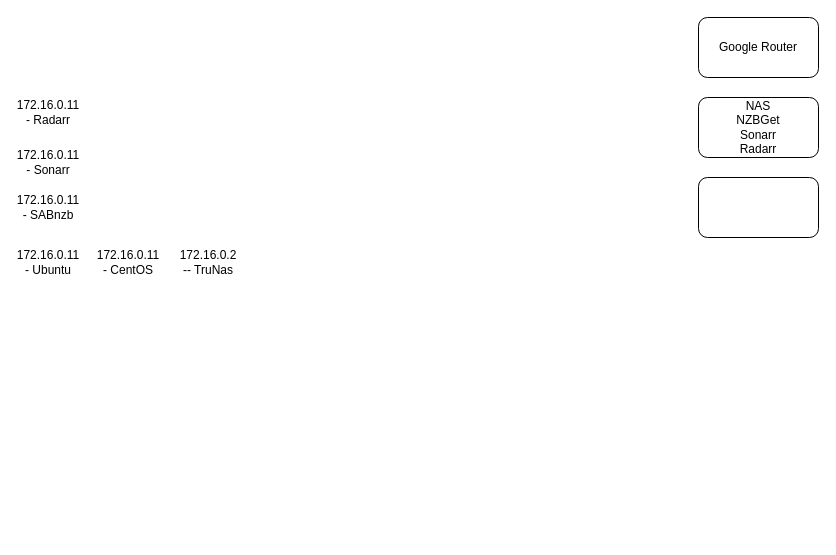
Above: Homelab digram.drawio in tpimental/homelab (draw.io), before the change. Source tidied: cells renumbered, new cells numbered last; positions are measured from the earlier drawing's top-left corner, leaving out a move shared by most shapes. Both pictures are drawn from the tidied source at 100%, with x=0, y=0 at pixel (18, 17).
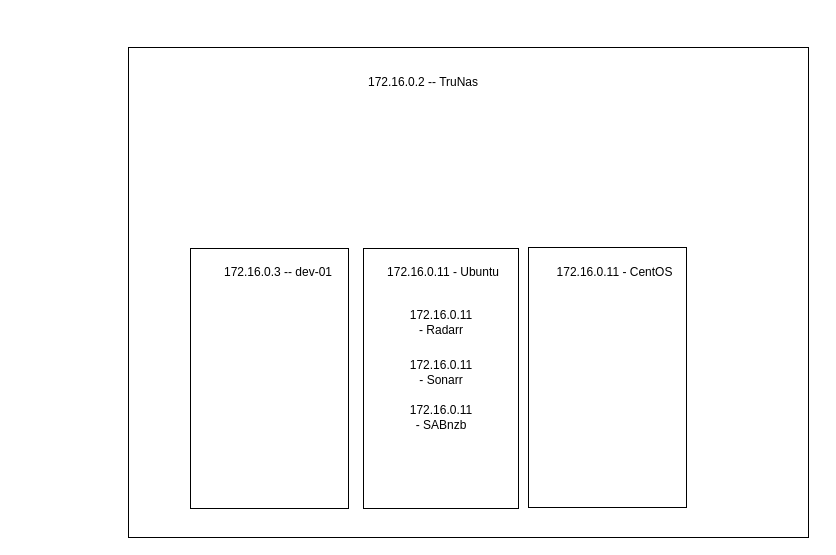
The same diagram, later.

Change to the diagram source:
```diff
@@
 <mxGraphModel>
   <root>
     <mxCell id="0" />
     <mxCell id="1" parent="0" />
-    <mxCell id="2" value="Google Router" style="rounded=1;whiteSpace=wrap;html=1;" parent="1" vertex="1">
-      <mxGeometry x="680" width="120" height="60" as="geometry" />
-    </mxCell>
-    <mxCell id="3" value="NAS&lt;br&gt;NZBGet&lt;br&gt;Sonarr&lt;br&gt;Radarr&lt;br&gt;" style="rounded=1;whiteSpace=wrap;html=1;" parent="1" vertex="1">
-      <mxGeometry x="680" y="80" width="120" height="60" as="geometry" />
-    </mxCell>
-    <mxCell id="4" style="rounded=1;whiteSpace=wrap;html=1;" parent="1" vertex="1">
-      <mxGeometry x="680" y="160" width="120" height="60" as="geometry" />
-    </mxCell>
+    <mxCell id="11" style="rounded=0;whiteSpace=wrap;html=1;" parent="1" vertex="1">
+      <mxGeometry x="110" y="30" width="680" height="490" as="geometry" />
+    </mxCell>
+    <mxCell id="12" style="rounded=0;whiteSpace=wrap;html=1;" parent="1" vertex="1">
+      <mxGeometry x="172" y="231" width="158" height="260" as="geometry" />
+    </mxCell>
     <mxCell id="5" value="172.16.0.2 -- TruNas" style="text;html=1;strokeColor=none;fillColor=none;align=center;verticalAlign=middle;whiteSpace=wrap;rounded=0;" parent="1" vertex="1">
-      <mxGeometry x="160" y="230" width="60" height="30" as="geometry" />
+      <mxGeometry x="330" y="50" width="150" height="30" as="geometry" />
     </mxCell>
+    <mxCell id="13" style="rounded=0;whiteSpace=wrap;html=1;" parent="1" vertex="1">
+      <mxGeometry x="345" y="231" width="155" height="260" as="geometry" />
+    </mxCell>
     <mxCell id="6" value="172.16.0.11 - Radarr" style="text;html=1;strokeColor=none;fillColor=none;align=center;verticalAlign=middle;whiteSpace=wrap;rounded=0;" parent="1" vertex="1">
-      <mxGeometry y="80" width="60" height="30" as="geometry" />
+      <mxGeometry x="392.5" y="290" width="60" height="30" as="geometry" />
     </mxCell>
     <mxCell id="7" value="172.16.0.11 - Sonarr" style="text;html=1;strokeColor=none;fillColor=none;align=center;verticalAlign=middle;whiteSpace=wrap;rounded=0;" parent="1" vertex="1">
-      <mxGeometry y="130" width="60" height="30" as="geometry" />
+      <mxGeometry x="392.5" y="340" width="60" height="30" as="geometry" />
     </mxCell>
     <mxCell id="8" value="172.16.0.11 - SABnzb" style="text;html=1;strokeColor=none;fillColor=none;align=center;verticalAlign=middle;whiteSpace=wrap;rounded=0;" parent="1" vertex="1">
-      <mxGeometry y="175" width="60" height="30" as="geometry" />
+      <mxGeometry x="392.5" y="385" width="60" height="30" as="geometry" />
     </mxCell>
+    <mxCell id="14" style="rounded=0;whiteSpace=wrap;html=1;" parent="1" vertex="1">
+      <mxGeometry x="510" y="230" width="158" height="260" as="geometry" />
+    </mxCell>
+    <mxCell id="10" value="172.16.0.11 - CentOS" style="text;html=1;strokeColor=none;fillColor=none;align=center;verticalAlign=middle;whiteSpace=wrap;rounded=0;" parent="1" vertex="1">
+      <mxGeometry x="531.5" y="240" width="128.5" height="30" as="geometry" />
+    </mxCell>
+    <mxCell id="15" value="172.16.0.3 -- dev-01" style="text;html=1;strokeColor=none;fillColor=none;align=center;verticalAlign=middle;whiteSpace=wrap;rounded=0;" parent="1" vertex="1">
+      <mxGeometry x="200" y="240" width="120" height="30" as="geometry" />
+    </mxCell>
     <mxCell id="9" value="172.16.0.11 - Ubuntu" style="text;html=1;strokeColor=none;fillColor=none;align=center;verticalAlign=middle;whiteSpace=wrap;rounded=0;" parent="1" vertex="1">
-      <mxGeometry y="230" width="60" height="30" as="geometry" />
+      <mxGeometry x="360" y="240" width="130" height="30" as="geometry" />
     </mxCell>
-    <mxCell id="10" value="172.16.0.11 - CentOS" style="text;html=1;strokeColor=none;fillColor=none;align=center;verticalAlign=middle;whiteSpace=wrap;rounded=0;" parent="1" vertex="1">
-      <mxGeometry x="80" y="230" width="60" height="30" as="geometry" />
-    </mxCell>
   </root>
 </mxGraphModel>
```
